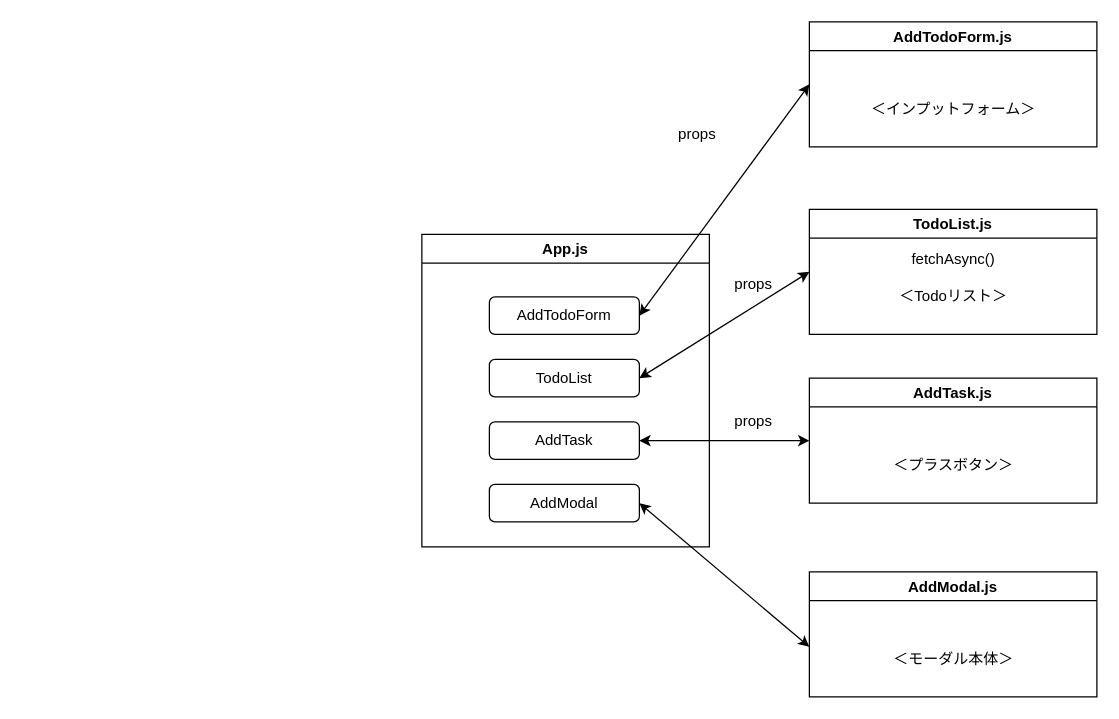
Before: Untitled Diagram.drawio in Seiju-m/tasukan, a draw.io diagram. Source tidied: cells renumbered, new cells numbered last; positions are measured from the earlier drawing's top-left corner, leaving out a move shared by most shapes. Both pictures are drawn from the tidied source at 125%, with x=0, y=0 at pixel (421, 21).
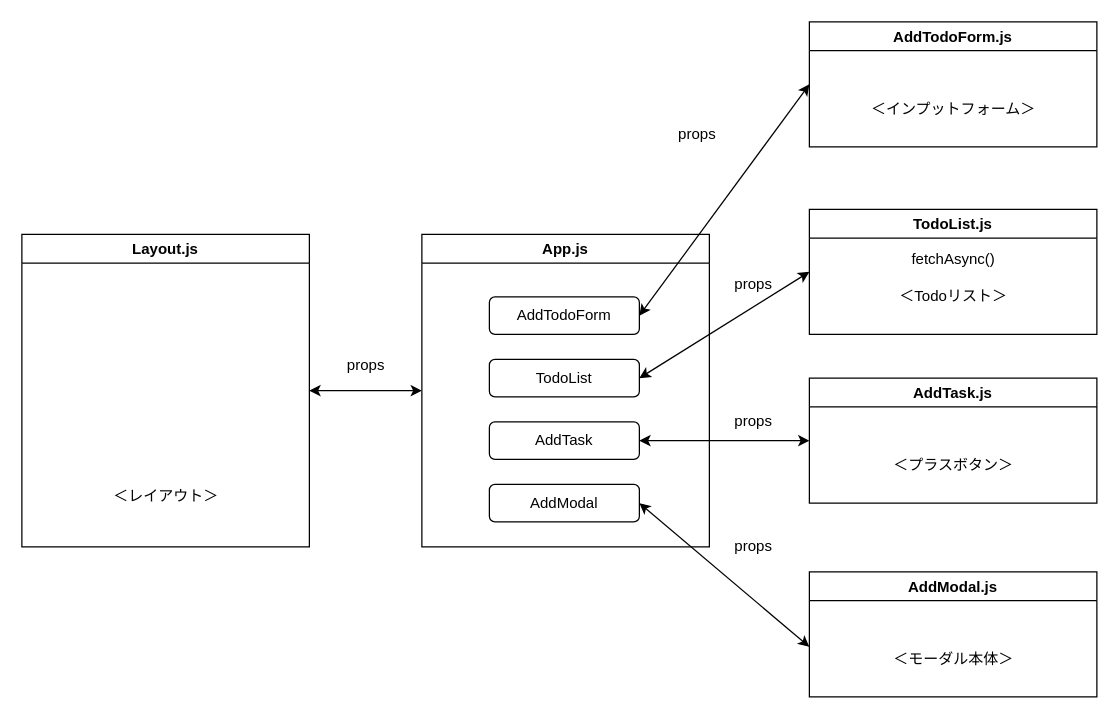
After the change.

What changed in the source:
```diff
@@
+    <mxCell id="23" value="Layout.js" style="swimlane;" parent="1" vertex="1">
+      <mxGeometry x="-320" y="170" width="230" height="250" as="geometry" />
+    </mxCell>
+    <mxCell id="24" value="props" style="text;html=1;align=center;verticalAlign=middle;strokeColor=none;fillColor=none;" parent="1" vertex="1">
+      <mxGeometry x="240" y="410" width="50" height="20" as="geometry" />
+    </mxCell>
+    <mxCell id="25" style="endArrow=classic;startArrow=classic;html=1;" parent="1" edge="1">
+      <mxGeometry relative="1" as="geometry">
+        <mxPoint x="-90" y="295" as="sourcePoint" />
+        <mxPoint y="295" as="targetPoint" />
+      </mxGeometry>
+    </mxCell>
+    <mxCell id="26" value="props" style="text;html=1;align=center;verticalAlign=middle;strokeColor=none;fillColor=none;" parent="1" vertex="1">
+      <mxGeometry x="-70" y="265" width="50" height="20" as="geometry" />
+    </mxCell>
+    <mxCell id="27" value="＜レイアウト＞" style="text;html=1;align=center;verticalAlign=middle;strokeColor=none;fillColor=none;" parent="1" vertex="1">
+      <mxGeometry x="-255" y="370" width="100" height="20" as="geometry" />
+    </mxCell>
```
